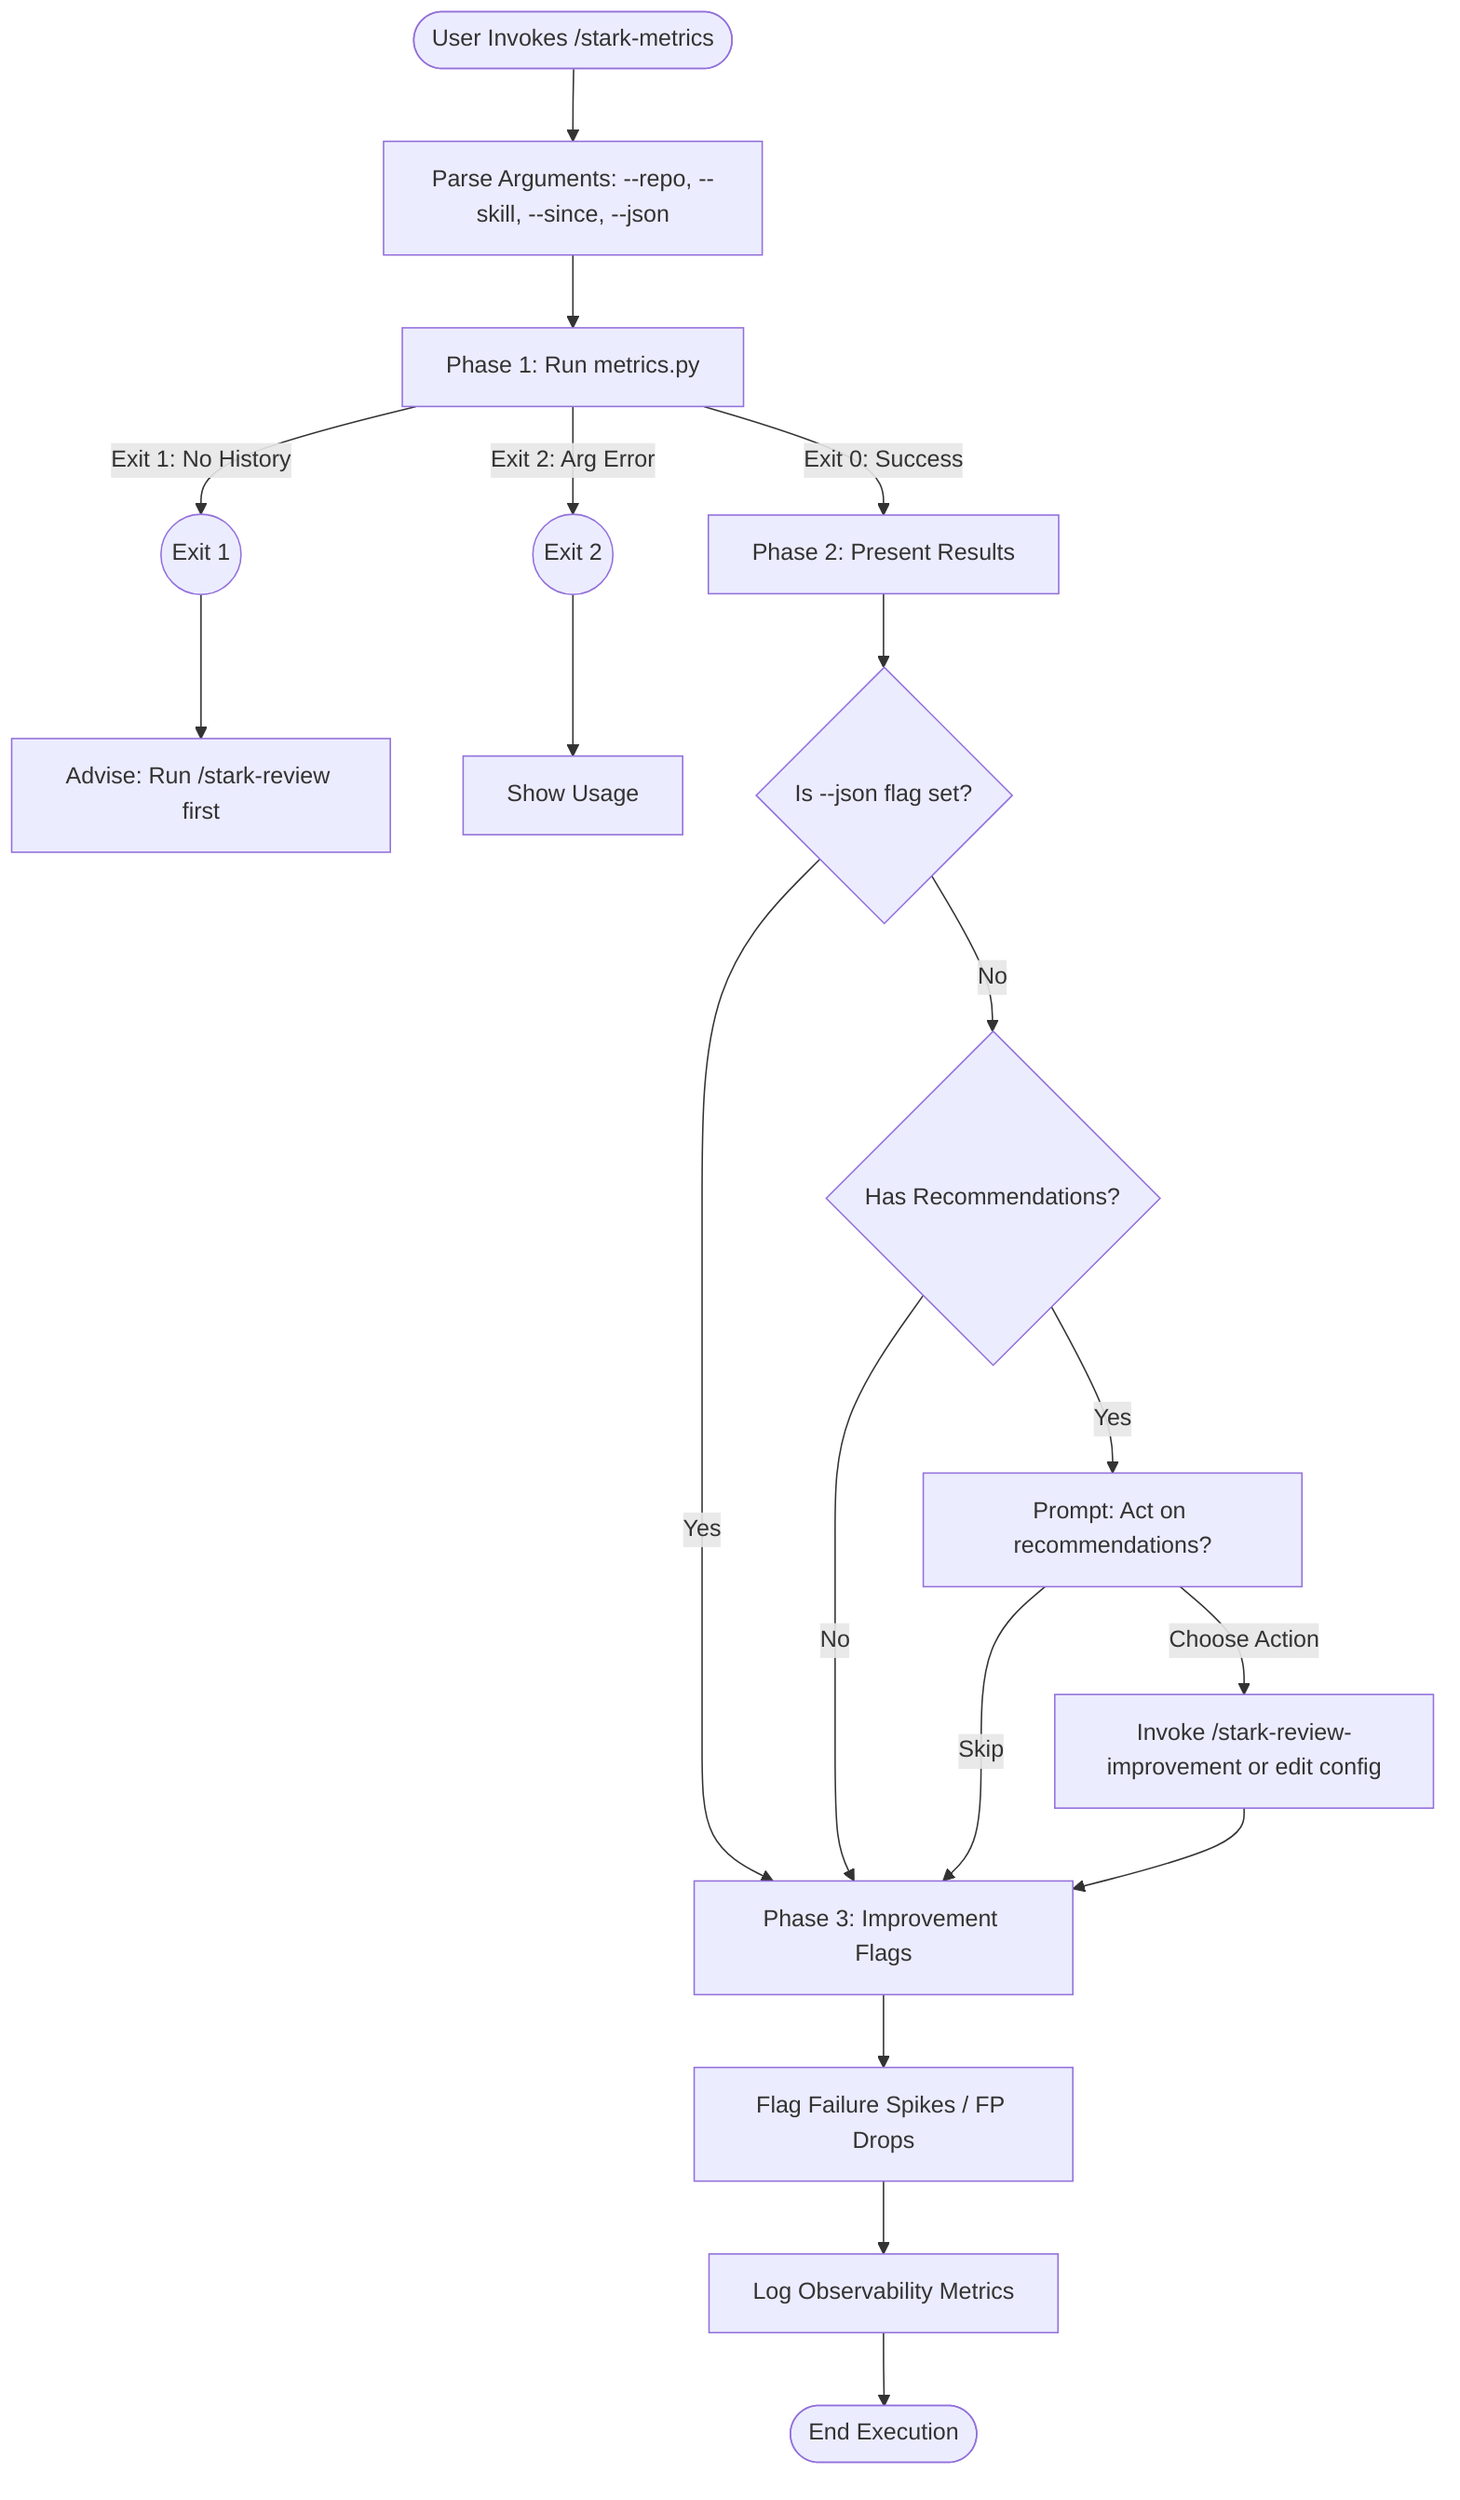
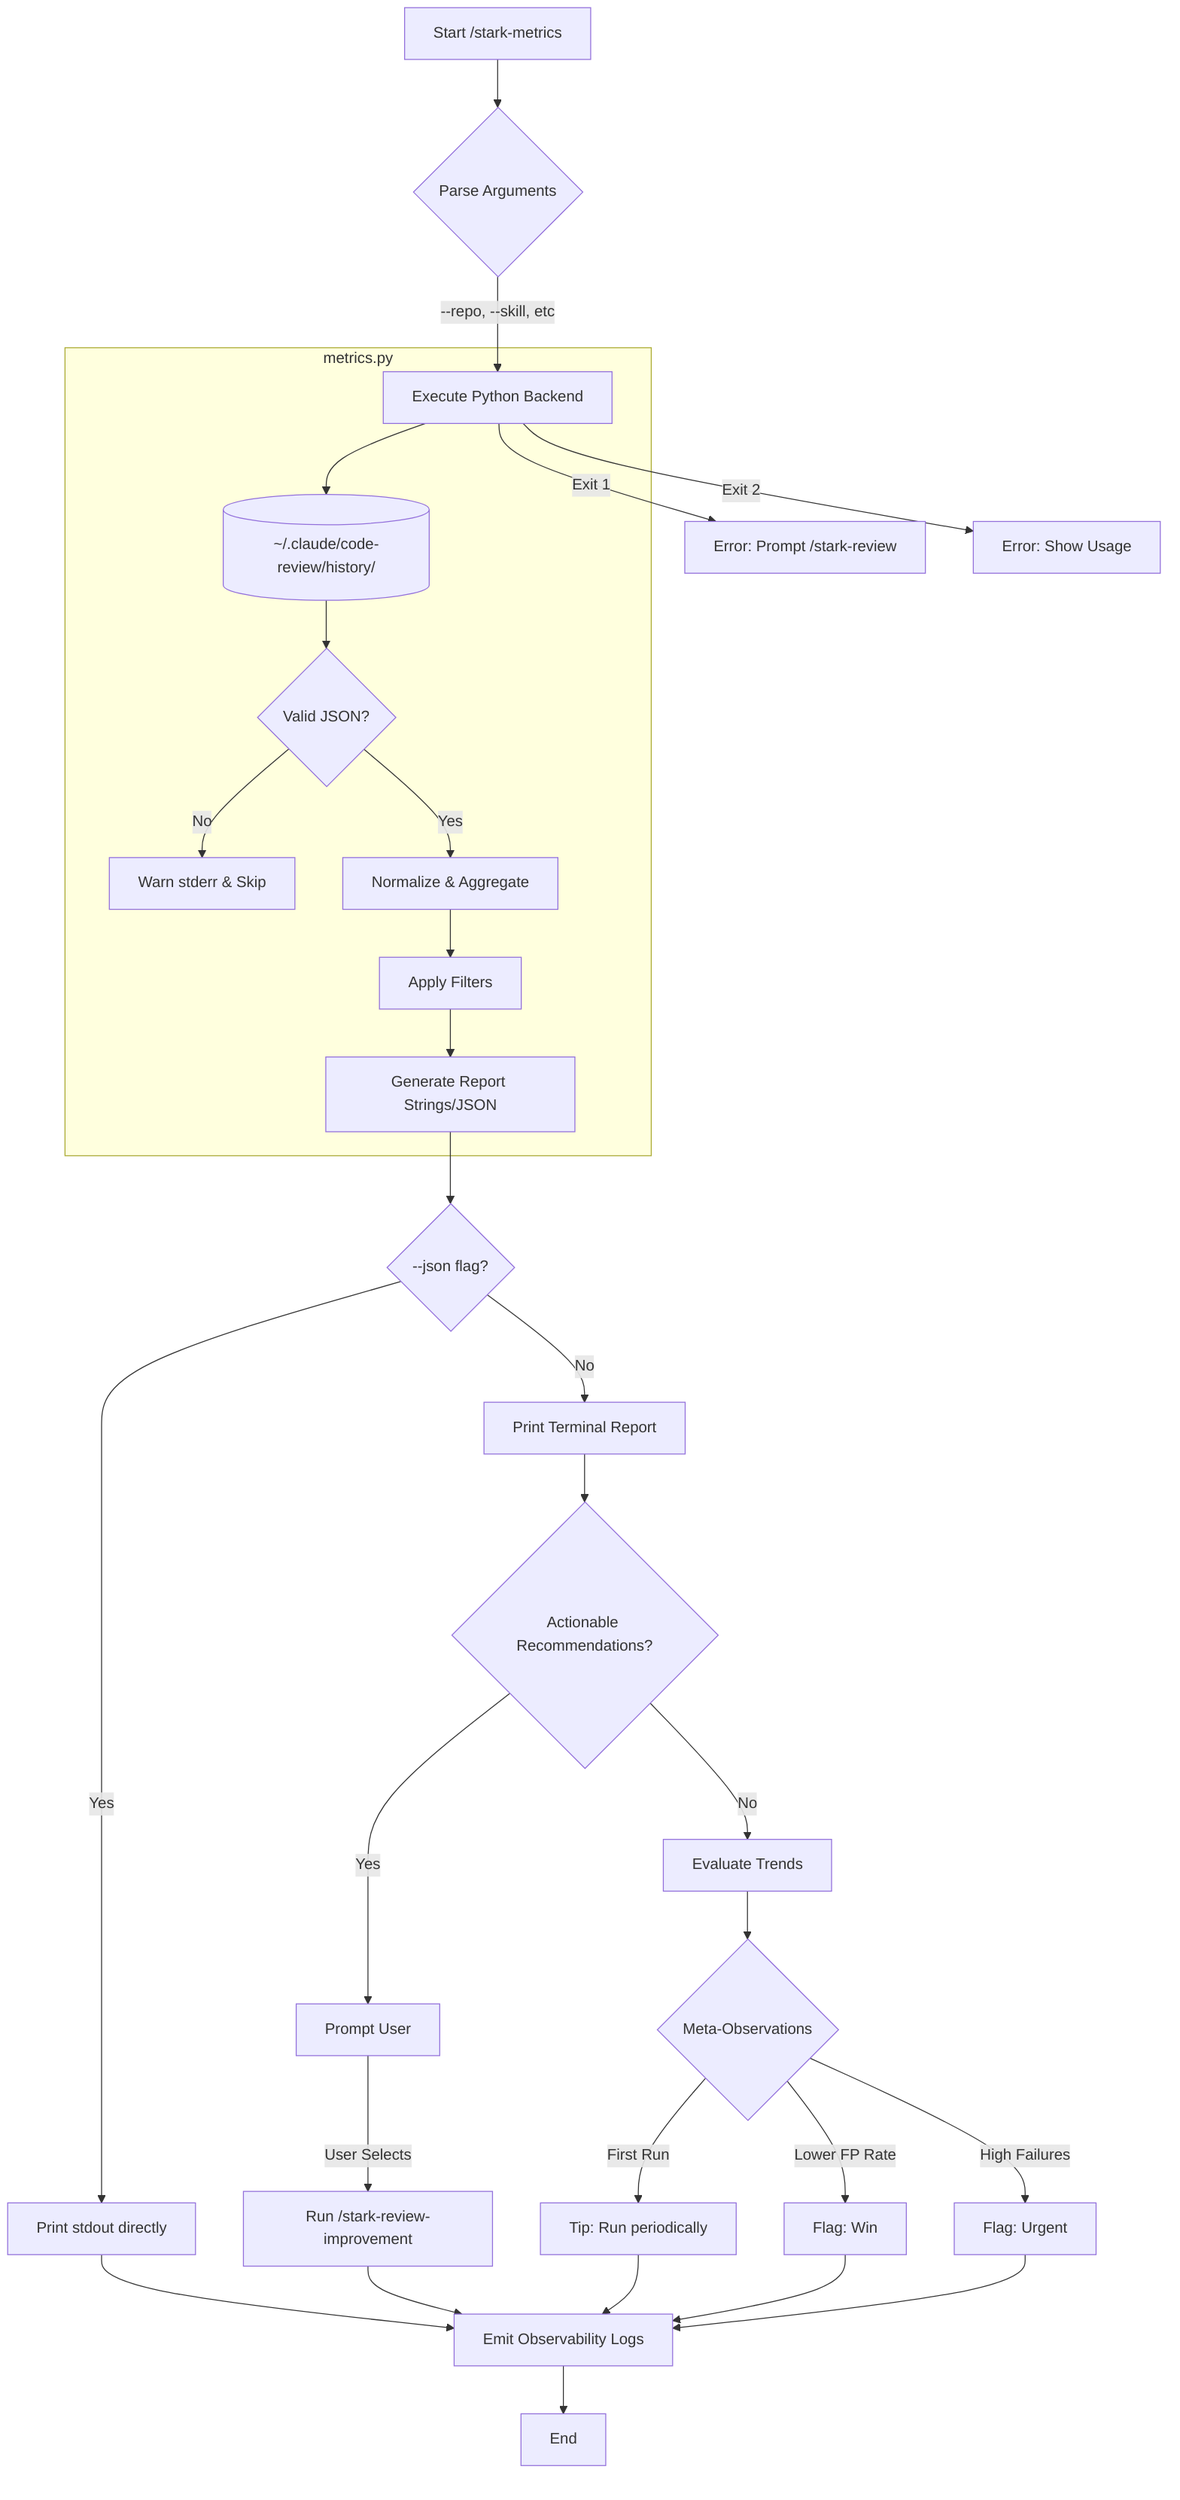
graph TD
-   Start([User Invokes /stark-metrics]) --> ParseArgs[Parse Arguments: --repo, --skill, --since, --json]
-   ParseArgs --> RunScript[Phase 1: Run metrics.py]
+   A[Start /stark-metrics] --> B{Parse Arguments}
+   B -->|--repo, --skill, etc| C[Execute Python Backend]

-   RunScript -->|Exit 1: No History| Fail1((Exit 1))
-   Fail1 --> AdviseHistory[Advise: Run /stark-review first]
+   subgraph Python Engine [metrics.py]
+     C --> D[(~/.claude/code-review/history/)]
+     D --> E{Valid JSON?}
+     E -- No --> F[Warn stderr & Skip]
+     E -- Yes --> G[Normalize & Aggregate]
+     G --> H[Apply Filters]
+     H --> I[Generate Report Strings/JSON]
+   end

-   RunScript -->|Exit 2: Arg Error| Fail2((Exit 2))
-   Fail2 --> ShowUsage[Show Usage]
+   C -- Exit 1 --> J[Error: Prompt /stark-review]
+   C -- Exit 2 --> K[Error: Show Usage]

-   RunScript -->|Exit 0: Success| Present[Phase 2: Present Results]
+   I --> L{--json flag?}
+   L -- Yes --> M[Print stdout directly]
+   L -- No --> N[Print Terminal Report]

-   Present --> IsJson{Is --json flag set?}
-   IsJson -->|Yes| Meta[Phase 3: Improvement Flags]
-   IsJson -->|No| HasRecs{Has Recommendations?}
+   N --> O{Actionable Recommendations?}
+   O -- Yes --> P[Prompt User]
+   P -- User Selects --> Q[Run /stark-review-improvement]
+   O -- No --> R[Evaluate Trends]

-   HasRecs -->|No| Meta
-   HasRecs -->|Yes| PromptUser[Prompt: Act on recommendations?]
+   R --> S{Meta-Observations}
+   S -- First Run --> T[Tip: Run periodically]
+   S -- Lower FP Rate --> U[Flag: Win]
+   S -- High Failures --> V[Flag: Urgent]

-   PromptUser -->|Choose Action| Invoke[Invoke /stark-review-improvement or edit config]
-   PromptUser -->|Skip| Meta
-   Invoke --> Meta
- 
-   Meta --> DetectSpikes[Flag Failure Spikes / FP Drops]
-   DetectSpikes --> Obs[Log Observability Metrics]
-   Obs --> End([End Execution])+   M --> W[Emit Observability Logs]
+   Q --> W
+   T --> W
+   U --> W
+   V --> W
+   W --> X[End]